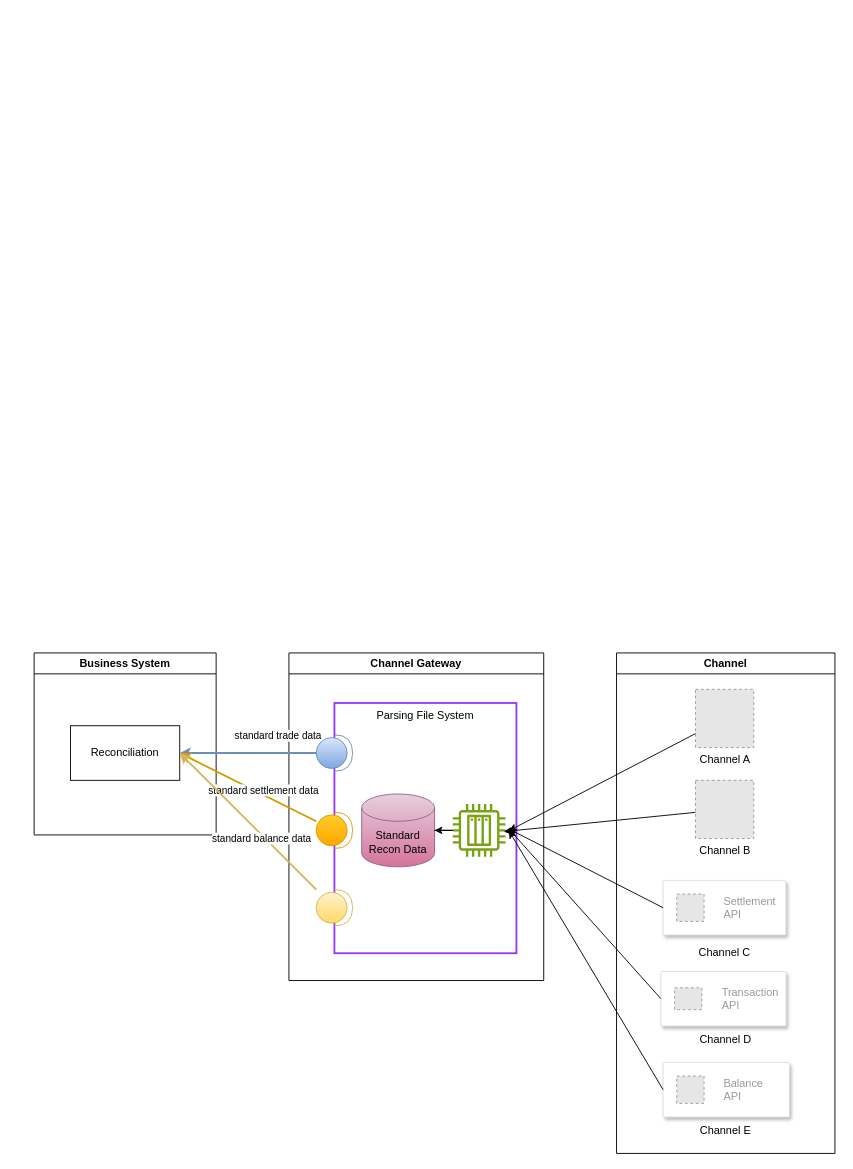
catface996/images keeps this draw.io diagram as Reconciliation Solution In Channel.drawio. Above is the earlier version. Source tidied: cells renumbered, new cells numbered last; positions are measured from the earlier drawing's top-left corner, leaving out a move shared by most shapes. Both pictures are drawn from the tidied source at 91%, with x=0, y=0 at pixel (34, 652). Pictures stored in the file or linked from it are replaced by grey dashed boxes.
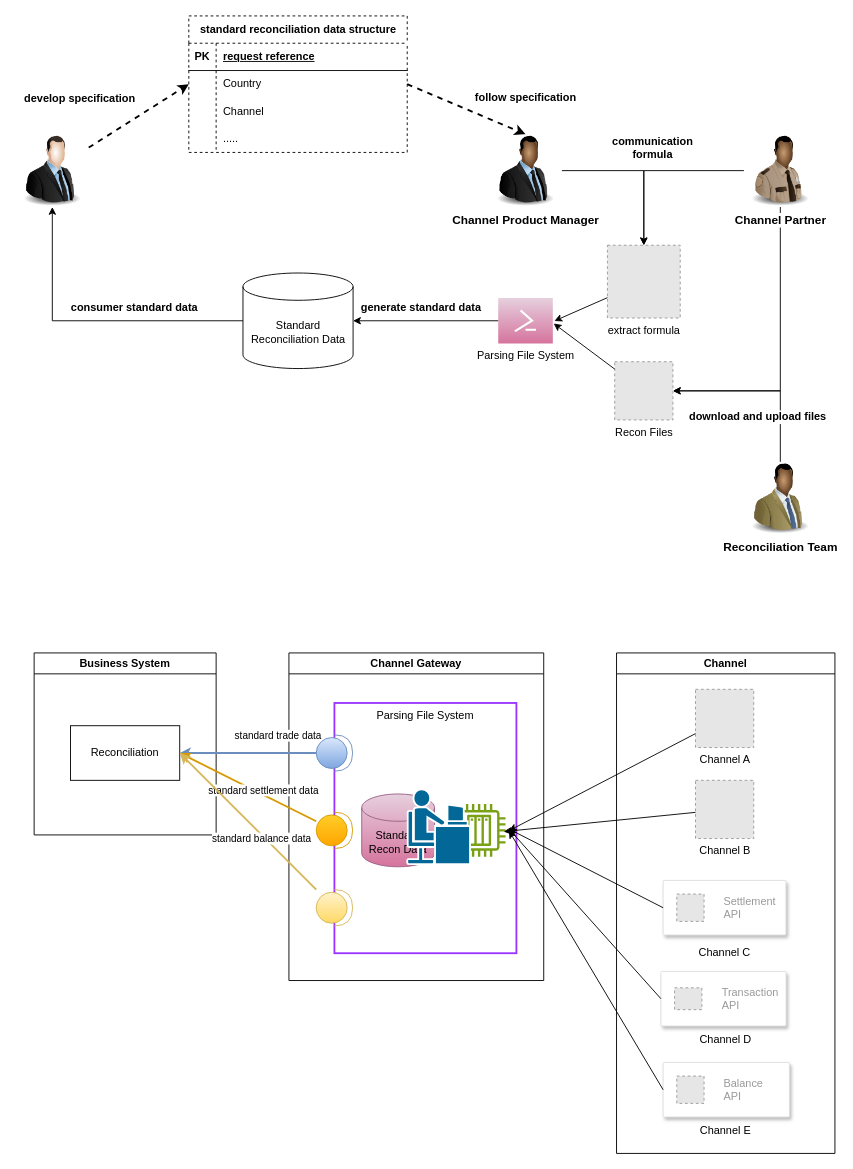
The same diagram, later.

Change to the diagram source:
```diff
@@
+    <mxCell id="35" style="shape=mxgraph.cisco.people.androgenous_person;html=1;dashed=0;fillColor=#036897;strokeColor=#ffffff;strokeWidth=2;verticalLabelPosition=bottom;verticalAlign=top;align=center;" parent="1" vertex="1">
+      <mxGeometry x="410" y="150" width="69" height="82" as="geometry" />
+    </mxCell>
+    <mxCell id="36" style="rounded=0;jettySize=auto;html=1;entryX=0;entryY=0.5;entryDx=0;entryDy=0;dashed=1;strokeWidth=2;" parent="1" edge="1" source="38" target="48">
+      <mxGeometry relative="1" as="geometry" />
+    </mxCell>
+    <mxCell id="37" value="develop specification" style="edgeLabel;html=1;align=center;verticalAlign=middle;fontStyle=1;fontSize=12;" parent="36" vertex="1">
+      <mxGeometry x="-0.03" y="1" relative="1" as="geometry">
+        <mxPoint x="-63" y="-20" as="offset" />
+      </mxGeometry>
+    </mxCell>
+    <mxCell id="38" style="image;html=1;image=img/lib/clip_art/people/Suit_Man_128x128.png;" parent="1" vertex="1">
+      <mxGeometry x="-20" y="-570" width="80" height="80" as="geometry" />
+    </mxCell>
+    <mxCell id="39" style="edgeStyle=orthogonalEdgeStyle;rounded=0;jettySize=auto;html=1;entryX=0.5;entryY=0;entryDx=0;entryDy=0;exitX=1;exitY=0.5;exitDx=0;exitDy=0;" parent="1" edge="1" source="40" target="62">
+      <mxGeometry relative="1" as="geometry" />
+    </mxCell>
+    <mxCell id="40" value="Channel Product Manager" style="image;html=1;image=img/lib/clip_art/people/Suit_Man_Black_128x128.png;fontStyle=1;fontSize=13;" parent="1" vertex="1">
+      <mxGeometry x="500" y="-570" width="80" height="80" as="geometry" />
+    </mxCell>
+    <mxCell id="41" style="edgeStyle=orthogonalEdgeStyle;rounded=0;jettySize=auto;html=1;entryX=0.5;entryY=0;entryDx=0;entryDy=0;exitX=0;exitY=0.5;exitDx=0;exitDy=0;" parent="1" edge="1" source="43" target="62">
+      <mxGeometry relative="1" as="geometry" />
+    </mxCell>
+    <mxCell id="42" style="edgeStyle=orthogonalEdgeStyle;rounded=0;jettySize=auto;html=1;entryX=1;entryY=0.5;entryDx=0;entryDy=0;exitX=0.5;exitY=1;exitDx=0;exitDy=0;" parent="1" edge="1" source="43" target="64">
+      <mxGeometry relative="1" as="geometry" />
+    </mxCell>
+    <mxCell id="43" value="Channel Partner" style="image;html=1;image=img/lib/clip_art/people/Security_Man_Black_128x128.png;fontStyle=1;fontSize=13;" parent="1" vertex="1">
+      <mxGeometry x="780" y="-570" width="80" height="80" as="geometry" />
+    </mxCell>
+    <mxCell id="44" value="standard reconciliation data structure" style="shape=table;startSize=30;childLayout=tableLayout;rowLines=0;fontStyle=1;align=center;html=1;dashed=1;" parent="1" vertex="1">
+      <mxGeometry x="170" y="-700" width="240" height="150" as="geometry" />
+    </mxCell>
+    <mxCell id="45" style="shape=tableRow;horizontal=0;startSize=0;swimlaneHead=0;swimlaneBody=0;fillColor=none;top=0;left=0;right=0;bottom=1;" parent="44" vertex="1">
+      <mxGeometry y="30" width="240" height="30" as="geometry" />
+    </mxCell>
+    <mxCell id="46" value="PK" style="shape=partialRectangle;fillColor=none;top=0;left=0;bottom=0;right=0;fontStyle=1;overflow=hidden;whiteSpace=wrap;html=1;" parent="45" vertex="1">
+      <mxGeometry width="30" height="30" as="geometry" />
+    </mxCell>
+    <mxCell id="47" value="request reference" style="shape=partialRectangle;fillColor=none;top=0;left=0;bottom=0;right=0;align=left;spacingLeft=6;fontStyle=5;overflow=hidden;whiteSpace=wrap;html=1;" parent="45" vertex="1">
+      <mxGeometry x="30" width="210" height="30" as="geometry" />
+    </mxCell>
+    <mxCell id="48" style="shape=tableRow;horizontal=0;startSize=0;swimlaneHead=0;swimlaneBody=0;fillColor=none;points=[[0,0.5],[1,0.5]];portConstraint=eastwest;top=0;left=0;right=0;bottom=0;" parent="44" vertex="1">
+      <mxGeometry y="60" width="240" height="30" as="geometry" />
+    </mxCell>
+    <mxCell id="49" style="shape=partialRectangle;fillColor=none;top=0;left=0;bottom=0;right=0;overflow=hidden;whiteSpace=wrap;html=1;" parent="48" vertex="1">
+      <mxGeometry width="30" height="30" as="geometry" />
+    </mxCell>
+    <mxCell id="50" value="Country" style="shape=partialRectangle;fillColor=none;top=0;left=0;bottom=0;right=0;align=left;spacingLeft=6;overflow=hidden;whiteSpace=wrap;html=1;" parent="48" vertex="1">
+      <mxGeometry x="30" width="210" height="30" as="geometry" />
+    </mxCell>
+    <mxCell id="51" style="shape=tableRow;horizontal=0;startSize=0;swimlaneHead=0;swimlaneBody=0;fillColor=none;top=0;left=0;right=0;bottom=0;" parent="44" vertex="1">
+      <mxGeometry y="90" width="240" height="30" as="geometry" />
+    </mxCell>
+    <mxCell id="52" style="shape=partialRectangle;fillColor=none;top=0;left=0;bottom=0;right=0;overflow=hidden;whiteSpace=wrap;html=1;" parent="51" vertex="1">
+      <mxGeometry width="30" height="30" as="geometry" />
+    </mxCell>
+    <mxCell id="53" value="Channel" style="shape=partialRectangle;fillColor=none;top=0;left=0;bottom=0;right=0;align=left;spacingLeft=6;overflow=hidden;whiteSpace=wrap;html=1;" parent="51" vertex="1">
+      <mxGeometry x="30" width="210" height="30" as="geometry" />
+    </mxCell>
+    <mxCell id="54" style="shape=tableRow;horizontal=0;startSize=0;swimlaneHead=0;swimlaneBody=0;fillColor=none;top=0;left=0;right=0;bottom=0;" parent="44" vertex="1">
+      <mxGeometry y="120" width="240" height="30" as="geometry" />
+    </mxCell>
+    <mxCell id="55" style="shape=partialRectangle;fillColor=none;top=0;left=0;bottom=0;right=0;overflow=hidden;whiteSpace=wrap;html=1;" parent="54" vertex="1">
+      <mxGeometry width="30" height="30" as="geometry" />
+    </mxCell>
+    <mxCell id="56" value="....." style="shape=partialRectangle;fillColor=none;top=0;left=0;bottom=0;right=0;align=left;spacingLeft=6;overflow=hidden;whiteSpace=wrap;html=1;" parent="54" vertex="1">
+      <mxGeometry x="30" width="210" height="30" as="geometry" />
+    </mxCell>
+    <mxCell id="57" style="rounded=0;jettySize=auto;html=1;entryX=0.5;entryY=0;entryDx=0;entryDy=0;exitX=1;exitY=0.5;exitDx=0;exitDy=0;dashed=1;strokeWidth=2;" parent="1" edge="1" source="48" target="40">
+      <mxGeometry relative="1" as="geometry" />
+    </mxCell>
+    <mxCell id="58" value="follow specification" style="edgeLabel;html=1;align=center;verticalAlign=middle;fontStyle=1;fontSize=12;" parent="57" vertex="1">
+      <mxGeometry x="-0.05" y="-3" relative="1" as="geometry">
+        <mxPoint x="69" y="-14" as="offset" />
+      </mxGeometry>
+    </mxCell>
+    <mxCell id="59" style="edgeStyle=orthogonalEdgeStyle;rounded=0;jettySize=auto;html=1;entryX=0.5;entryY=1;entryDx=0;entryDy=0;" parent="1" edge="1" source="61" target="38">
+      <mxGeometry relative="1" as="geometry" />
+    </mxCell>
+    <mxCell id="60" value="consumer standard data" style="edgeLabel;html=1;align=center;verticalAlign=middle;fontStyle=1;fontSize=12;" parent="59" vertex="1">
+      <mxGeometry x="-0.27" y="-1" relative="1" as="geometry">
+        <mxPoint x="2" y="-14" as="offset" />
+      </mxGeometry>
+    </mxCell>
+    <mxCell id="61" value="Standard Reconciliation Data" style="shape=cylinder3;whiteSpace=wrap;html=1;boundedLbl=1;backgroundOutline=1;size=15;" parent="1" vertex="1">
+      <mxGeometry x="229.5" y="-417.5" width="121" height="105" as="geometry" />
+    </mxCell>
+    <mxCell id="62" value="extract formula" style="fillColor=#E6E6E6;strokeColor=#999999;dashed=1;html=1;verticalAlign=top;verticalLabelPosition=bottom;labelBackgroundColor=#ffffff;" parent="1" vertex="1">
+      <mxGeometry x="630" y="-448" width="80" height="80" as="geometry" />
+    </mxCell>
+    <mxCell id="63" value="communication formula" style="text;html=1;strokeColor=none;fillColor=none;align=center;verticalAlign=middle;whiteSpace=wrap;rounded=0;fontStyle=1;" parent="1" vertex="1">
+      <mxGeometry x="650" y="-570" width="60" height="30" as="geometry" />
+    </mxCell>
+    <mxCell id="64" value="Recon Files" style="fillColor=#E6E6E6;strokeColor=#999999;dashed=1;html=1;verticalAlign=top;verticalLabelPosition=bottom;labelBackgroundColor=#ffffff;" parent="1" vertex="1">
+      <mxGeometry x="638" y="-320" width="64" height="64" as="geometry" />
+    </mxCell>
+    <mxCell id="65" value="Parsing File System" style="sketch=0;shadow=0;dashed=0;html=1;strokeColor=#996185;fillColor=#e6d0de;labelPosition=center;verticalLabelPosition=bottom;verticalAlign=top;align=center;outlineConnect=0;shape=mxgraph.veeam2.power_shell;gradientColor=#d5739d;" parent="1" vertex="1">
+      <mxGeometry x="510" y="-390" width="60" height="50" as="geometry" />
+    </mxCell>
+    <mxCell id="66" style="rounded=0;jettySize=auto;html=1;entryX=1.029;entryY=0.504;entryDx=0;entryDy=0;entryPerimeter=0;" parent="1" edge="1" source="62" target="65">
+      <mxGeometry relative="1" as="geometry" />
+    </mxCell>
+    <mxCell id="67" style="rounded=0;jettySize=auto;html=1;entryX=1.016;entryY=0.56;entryDx=0;entryDy=0;entryPerimeter=0;" parent="1" edge="1" source="64" target="65">
+      <mxGeometry relative="1" as="geometry" />
+    </mxCell>
+    <mxCell id="68" style="edgeStyle=orthogonalEdgeStyle;rounded=0;jettySize=auto;html=1;entryX=1;entryY=0.5;entryDx=0;entryDy=0;entryPerimeter=0;" parent="1" edge="1" source="65" target="61">
+      <mxGeometry relative="1" as="geometry" />
+    </mxCell>
+    <mxCell id="69" value="generate standard data" style="edgeLabel;html=1;align=center;verticalAlign=middle;fontStyle=1;fontSize=12;" parent="68" vertex="1">
+      <mxGeometry x="0.08" y="-2" relative="1" as="geometry">
+        <mxPoint y="-13" as="offset" />
+      </mxGeometry>
+    </mxCell>
+    <mxCell id="70" style="edgeStyle=orthogonalEdgeStyle;rounded=0;jettySize=auto;html=1;entryX=1;entryY=0.5;entryDx=0;entryDy=0;exitX=0.5;exitY=0;exitDx=0;exitDy=0;" parent="1" edge="1" source="72" target="64">
+      <mxGeometry relative="1" as="geometry" />
+    </mxCell>
+    <mxCell id="71" value="download and upload files" style="edgeLabel;html=1;align=center;verticalAlign=middle;fontStyle=1;fontSize=12;" parent="70" vertex="1">
+      <mxGeometry x="0.37" y="2" relative="1" as="geometry">
+        <mxPoint x="30" y="26" as="offset" />
+      </mxGeometry>
+    </mxCell>
+    <mxCell id="72" value="Reconciliation Team" style="image;html=1;image=img/lib/clip_art/people/Suit_Man_Green_Black_128x128.png;fontStyle=1;fontSize=13;" parent="1" vertex="1">
+      <mxGeometry x="780" y="-210" width="80" height="80" as="geometry" />
+    </mxCell>
```
